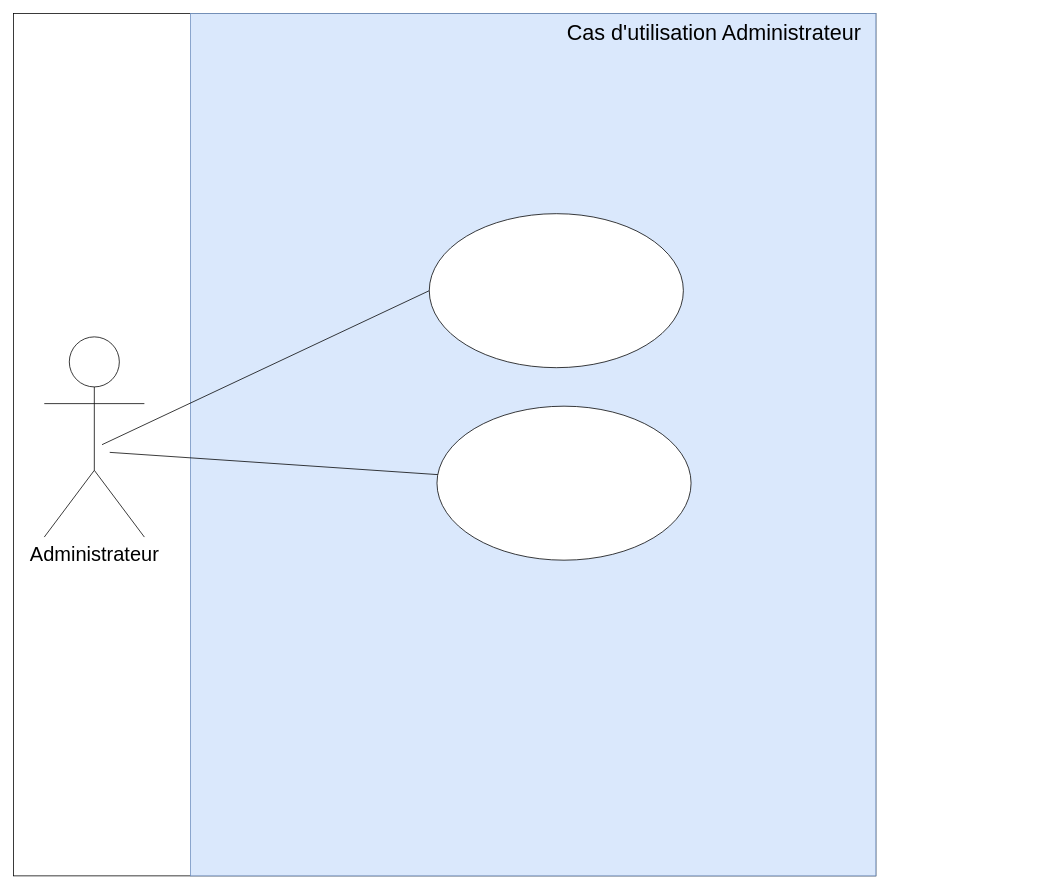
Earlier version of the draw.io diagram documentation/CasUtilisationAdministrateur.drawio (loganSIO/atDispo). Source tidied: cells renumbered, new cells numbered last; positions are measured from the earlier drawing's top-left corner, leaving out a move shared by most shapes. Both pictures are drawn from the tidied source at 77%, with x=0, y=0 at pixel (13, 13).
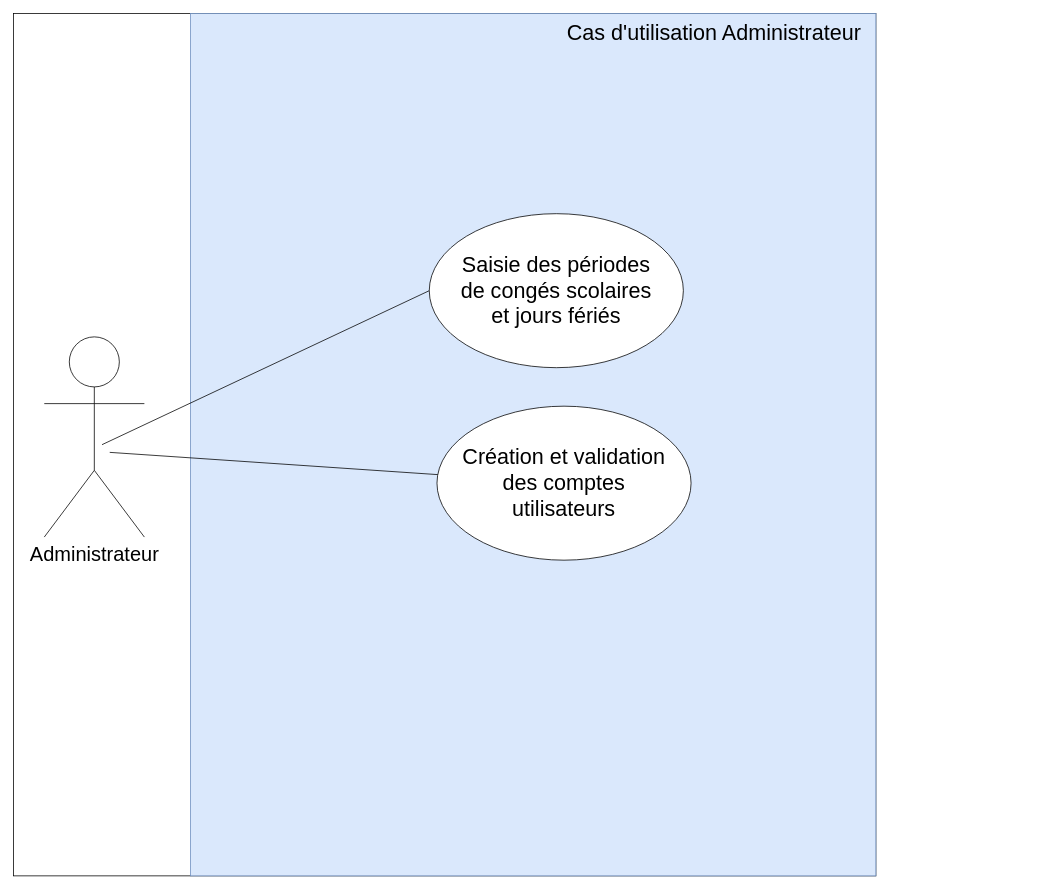
The same page after the edit.

What changed in the source:
```diff
@@
 <mxGraphModel>
   <root>
     <mxCell id="0" />
     <mxCell id="1" parent="0" />
     <mxCell id="2" style="whiteSpace=wrap;html=1;" parent="1" vertex="1">
       <mxGeometry width="1120" height="1120" as="geometry" />
     </mxCell>
     <mxCell id="3" style="whiteSpace=wrap;html=1;fillColor=#dae8fc;strokeColor=#6c8ebf;" parent="1" vertex="1">
       <mxGeometry x="230" width="890" height="1120" as="geometry" />
     </mxCell>
     <mxCell id="4" value="&lt;font style=&quot;font-size: 26px&quot;&gt;Administrateur&lt;/font&gt;" style="shape=umlActor;verticalLabelPosition=bottom;verticalAlign=top;html=1;" parent="1" vertex="1">
       <mxGeometry x="40" y="420" width="130" height="260" as="geometry" />
     </mxCell>
     <mxCell id="5" value="Cas d'utilisation Administrateur" style="text;html=1;strokeColor=none;fillColor=none;align=center;verticalAlign=middle;whiteSpace=wrap;rounded=0;fontSize=28;" parent="1" vertex="1">
       <mxGeometry x="490" y="10" width="840" height="30" as="geometry" />
     </mxCell>
-    <mxCell id="6" style="ellipse;whiteSpace=wrap;html=1;fontSize=28;" parent="1" vertex="1">
+    <mxCell id="6" value="&lt;div&gt;Saisie des périodes&lt;/div&gt;&lt;div&gt;de congés scolaires&lt;/div&gt;&lt;div&gt;et jours fériés&lt;br&gt;&lt;/div&gt;" style="ellipse;whiteSpace=wrap;html=1;fontSize=28;" parent="1" vertex="1">
       <mxGeometry x="540" y="260" width="330" height="200" as="geometry" />
     </mxCell>
-    <mxCell id="7" style="ellipse;whiteSpace=wrap;html=1;fontSize=28;" parent="1" vertex="1">
+    <mxCell id="7" value="&lt;div&gt;Création et validation&lt;/div&gt;&lt;div&gt;des comptes&lt;/div&gt;&lt;div&gt;utilisateurs&lt;br&gt;&lt;/div&gt;" style="ellipse;whiteSpace=wrap;html=1;fontSize=28;" parent="1" vertex="1">
       <mxGeometry x="550" y="510" width="330" height="200" as="geometry" />
     </mxCell>
     <mxCell id="8" style="endArrow=none;html=1;rounded=0;fontSize=28;entryX=0;entryY=0.5;entryDx=0;entryDy=0;exitX=0.5;exitY=0.5;exitDx=0;exitDy=0;exitPerimeter=0;" parent="1" edge="1" target="6">
       <mxGeometry relative="1" as="geometry">
         <mxPoint x="115" y="560" as="sourcePoint" />
       </mxGeometry>
     </mxCell>
     <mxCell id="9" style="endArrow=none;html=1;rounded=0;fontSize=28;exitX=0.5;exitY=0.5;exitDx=0;exitDy=0;exitPerimeter=0;" parent="1" edge="1" target="7">
       <mxGeometry relative="1" as="geometry">
         <mxPoint x="125" y="570" as="sourcePoint" />
       </mxGeometry>
     </mxCell>
   </root>
 </mxGraphModel>
```
